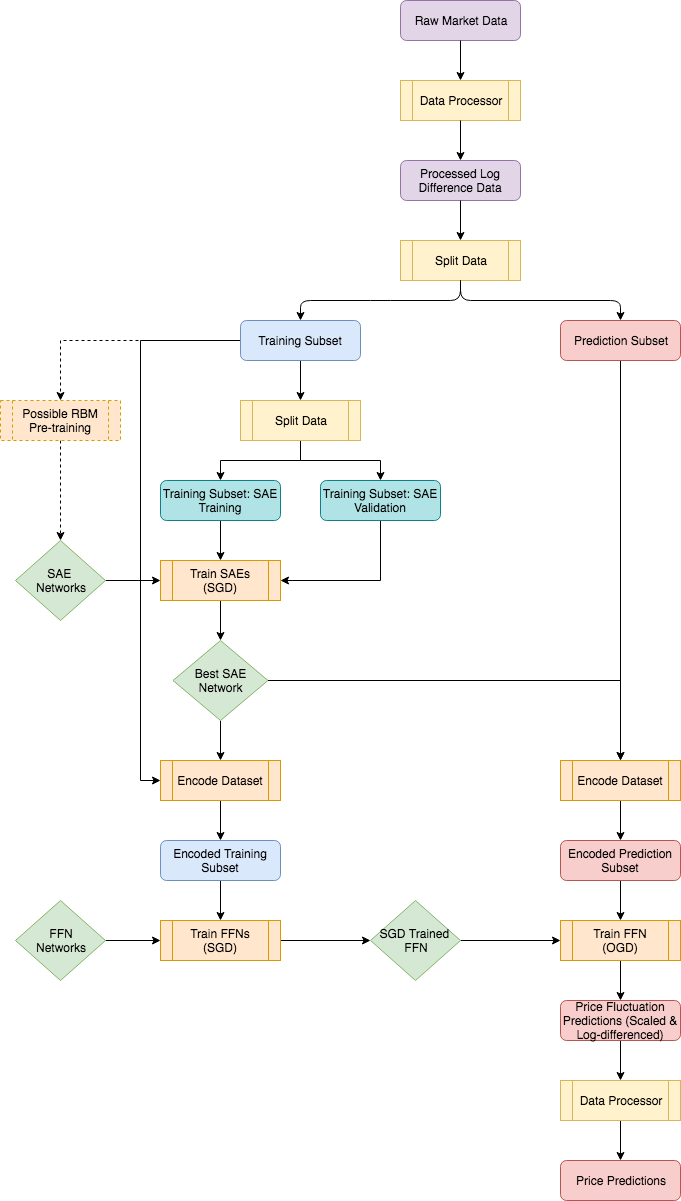
Above: Thesis/Images/process_implementation/process_flow.png in joel11/Masters (draw.io), before the change. Source tidied: cells renumbered, new cells last; positions are measured from the earlier drawing's top-left corner, leaving out a move shared by most shapes.
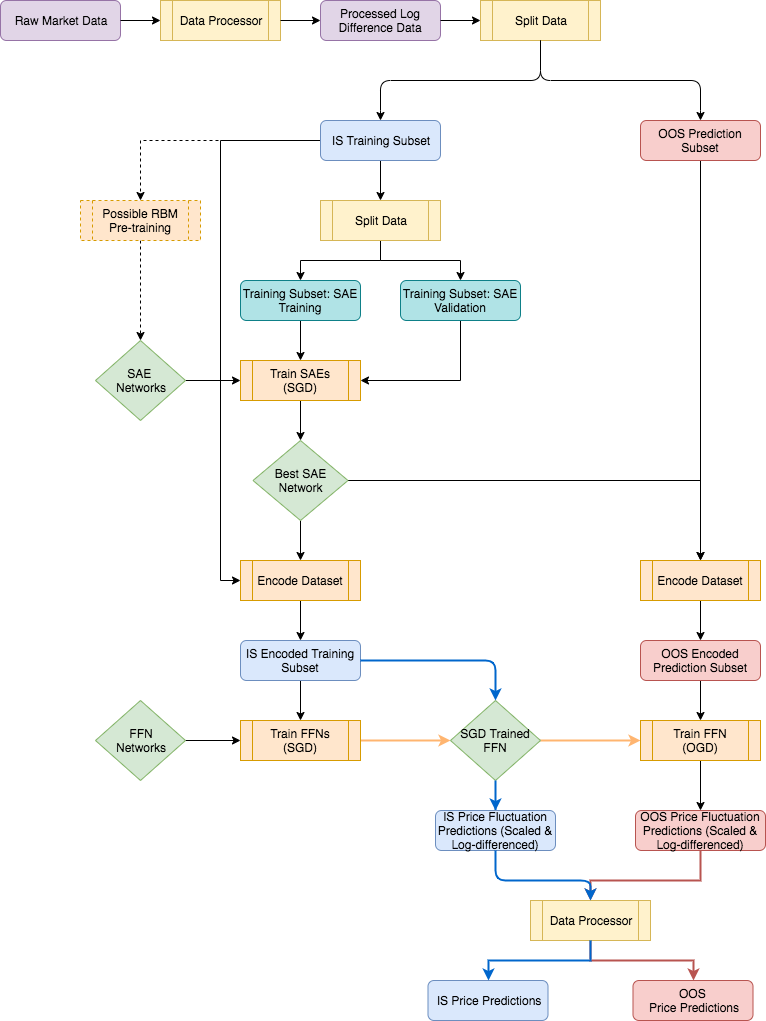
After the change.

What changed in the source:
```diff
@@ -3,16 +3,16 @@
     <mxCell id="0" />
     <mxCell id="1" parent="0" />
     <mxCell id="2" value="Data Processor" style="shape=process;whiteSpace=wrap;html=1;backgroundOutline=1;fillColor=#fff2cc;strokeColor=#d6b656;" parent="1" vertex="1">
-      <mxGeometry x="400" y="80" width="120" height="40" as="geometry" />
+      <mxGeometry x="80" y="200" width="120" height="40" as="geometry" />
     </mxCell>
     <mxCell id="3" value="&lt;span style=&quot;white-space: normal&quot;&gt;Raw Market Data&lt;/span&gt;" style="rounded=1;whiteSpace=wrap;html=1;fillColor=#e1d5e7;strokeColor=#9673a6;" parent="1" vertex="1">
-      <mxGeometry x="400" width="120" height="40" as="geometry" />
+      <mxGeometry x="-80" y="200" width="120" height="40" as="geometry" />
     </mxCell>
     <mxCell id="4" value="Processed Log Difference Data" style="rounded=1;whiteSpace=wrap;html=1;fillColor=#e1d5e7;strokeColor=#9673a6;" parent="1" vertex="1">
-      <mxGeometry x="400" y="160" width="120" height="40" as="geometry" />
+      <mxGeometry x="240" y="200" width="120" height="40" as="geometry" />
     </mxCell>
     <mxCell id="5" value="Split Data" style="shape=process;whiteSpace=wrap;html=1;backgroundOutline=1;fillColor=#fff2cc;strokeColor=#d6b656;" parent="1" vertex="1">
-      <mxGeometry x="400" y="240" width="120" height="40" as="geometry" />
+      <mxGeometry x="400" y="200" width="120" height="40" as="geometry" />
     </mxCell>
     <mxCell id="6" style="edgeStyle=orthogonalEdgeStyle;rounded=0;jettySize=auto;html=1;exitX=0.5;exitY=1;exitDx=0;exitDy=0;" parent="1" edge="1" source="9" target="25">
       <mxGeometry relative="1" as="geometry" />
@@ -23,40 +23,41 @@
     <mxCell id="8" style="edgeStyle=orthogonalEdgeStyle;rounded=0;jumpStyle=arc;jumpSize=19;jettySize=auto;html=1;exitX=0;exitY=0.5;exitDx=0;exitDy=0;dashed=1;" parent="1" edge="1" source="9" target="47">
       <mxGeometry relative="1" as="geometry" />
     </mxCell>
-    <mxCell id="9" value="Training Subset" style="rounded=1;whiteSpace=wrap;html=1;fillColor=#dae8fc;strokeColor=#6c8ebf;" parent="1" vertex="1">
+    <mxCell id="9" value="IS Training Subset" style="rounded=1;whiteSpace=wrap;html=1;fillColor=#dae8fc;strokeColor=#6c8ebf;" parent="1" vertex="1">
       <mxGeometry x="240" y="320" width="120" height="40" as="geometry" />
     </mxCell>
     <mxCell id="10" style="edgeStyle=orthogonalEdgeStyle;rounded=0;jumpStyle=arc;jumpSize=19;jettySize=auto;html=1;exitX=0.5;exitY=1;exitDx=0;exitDy=0;" parent="1" edge="1" source="11" target="53">
       <mxGeometry relative="1" as="geometry" />
     </mxCell>
-    <mxCell id="11" value="Prediction Subset" style="rounded=1;whiteSpace=wrap;html=1;fillColor=#f8cecc;strokeColor=#b85450;" parent="1" vertex="1">
+    <mxCell id="11" value="OOS Prediction Subset" style="rounded=1;whiteSpace=wrap;html=1;fillColor=#f8cecc;strokeColor=#b85450;" parent="1" vertex="1">
       <mxGeometry x="560" y="320" width="120" height="40" as="geometry" />
     </mxCell>
-    <mxCell id="12" style="endArrow=classic;html=1;exitX=0.5;exitY=1;exitDx=0;exitDy=0;entryX=0.5;entryY=0;entryDx=0;entryDy=0;" parent="1" edge="1" target="2">
-      <mxGeometry relative="1" as="geometry">
-        <mxPoint x="460" y="40" as="sourcePoint" />
-      </mxGeometry>
+    <mxCell id="12" style="endArrow=classic;html=1;exitX=1;exitY=0.5;exitDx=0;exitDy=0;entryX=0;entryY=0.5;entryDx=0;entryDy=0;" parent="1" edge="1" source="3" target="2">
+      <mxGeometry relative="1" as="geometry" />
     </mxCell>
-    <mxCell id="13" style="endArrow=classic;html=1;exitX=0.5;exitY=1;exitDx=0;exitDy=0;entryX=0.5;entryY=0;entryDx=0;entryDy=0;" parent="1" edge="1" source="2" target="4">
+    <mxCell id="13" style="endArrow=classic;html=1;exitX=1;exitY=0.5;exitDx=0;exitDy=0;entryX=0;entryY=0.5;entryDx=0;entryDy=0;" parent="1" edge="1" source="2" target="4">
       <mxGeometry relative="1" as="geometry" />
     </mxCell>
-    <mxCell id="14" style="endArrow=classic;html=1;exitX=0.5;exitY=1;exitDx=0;exitDy=0;" parent="1" edge="1" source="4" target="5">
+    <mxCell id="14" style="endArrow=classic;html=1;exitX=1;exitY=0.5;exitDx=0;exitDy=0;entryX=0;entryY=0.5;entryDx=0;entryDy=0;" parent="1" edge="1" source="4" target="5">
       <mxGeometry relative="1" as="geometry" />
     </mxCell>
-    <mxCell id="15" style="endArrow=classic;html=1;exitX=0.5;exitY=1;exitDx=0;exitDy=0;entryX=0.5;entryY=0;entryDx=0;entryDy=0;" parent="1" edge="1" source="5" target="9">
+    <mxCell id="15" style="endArrow=classic;html=1;entryX=0.5;entryY=0;entryDx=0;entryDy=0;" parent="1" edge="1" target="9">
       <mxGeometry relative="1" as="geometry">
+        <mxPoint x="460" y="240" as="sourcePoint" />
         <Array as="points">
-          <mxPoint x="460" y="300" />
-          <mxPoint x="380" y="300" />
-          <mxPoint x="300" y="300" />
+          <mxPoint x="460" y="280" />
+          <mxPoint x="300" y="280" />
+          <mxPoint x="300" y="320" />
         </Array>
       </mxGeometry>
     </mxCell>
-    <mxCell id="16" style="endArrow=classic;html=1;exitX=0.5;exitY=1;exitDx=0;exitDy=0;entryX=0.5;entryY=0;entryDx=0;entryDy=0;" parent="1" edge="1" source="5" target="11">
+    <mxCell id="16" style="endArrow=classic;html=1;entryX=0.5;entryY=0;entryDx=0;entryDy=0;" parent="1" edge="1" target="11">
       <mxGeometry relative="1" as="geometry">
+        <mxPoint x="460" y="240" as="sourcePoint" />
         <Array as="points">
-          <mxPoint x="460" y="300" />
-          <mxPoint x="620" y="300" />
+          <mxPoint x="460" y="280" />
+          <mxPoint x="620" y="280" />
+          <mxPoint x="620" y="320" />
         </Array>
       </mxGeometry>
     </mxCell>
@@ -116,13 +117,13 @@
     <mxCell id="34" value="FFN&lt;br&gt;Networks" style="rhombus;whiteSpace=wrap;html=1;fillColor=#d5e8d4;strokeColor=#82b366;" parent="1" vertex="1">
       <mxGeometry x="15" y="900" width="90" height="80" as="geometry" />
     </mxCell>
-    <mxCell id="35" style="edgeStyle=orthogonalEdgeStyle;rounded=0;jumpStyle=arc;jumpSize=19;jettySize=auto;html=1;exitX=1;exitY=0.5;exitDx=0;exitDy=0;entryX=0;entryY=0.5;entryDx=0;entryDy=0;" parent="1" edge="1" source="36" target="38">
+    <mxCell id="35" style="edgeStyle=orthogonalEdgeStyle;rounded=0;jumpStyle=arc;jumpSize=19;jettySize=auto;html=1;exitX=1;exitY=0.5;exitDx=0;exitDy=0;entryX=0;entryY=0.5;entryDx=0;entryDy=0;strokeColor=#FFB570;strokeWidth=2;" parent="1" edge="1" source="36" target="38">
       <mxGeometry relative="1" as="geometry" />
     </mxCell>
     <mxCell id="36" value="Train FFNs (SGD)" style="shape=process;whiteSpace=wrap;html=1;backgroundOutline=1;fillColor=#ffe6cc;strokeColor=#d79b00;" parent="1" vertex="1">
       <mxGeometry x="160" y="920" width="120" height="40" as="geometry" />
     </mxCell>
-    <mxCell id="37" style="edgeStyle=orthogonalEdgeStyle;rounded=0;jumpStyle=arc;jumpSize=19;jettySize=auto;html=1;exitX=1;exitY=0.5;exitDx=0;exitDy=0;entryX=0;entryY=0.5;entryDx=0;entryDy=0;" parent="1" edge="1" source="38" target="40">
+    <mxCell id="37" style="edgeStyle=orthogonalEdgeStyle;rounded=0;jumpStyle=arc;jumpSize=19;jettySize=auto;html=1;exitX=1;exitY=0.5;exitDx=0;exitDy=0;entryX=0;entryY=0.5;entryDx=0;entryDy=0;strokeColor=#FFB570;strokeWidth=2;" parent="1" edge="1" source="38" target="40">
       <mxGeometry relative="1" as="geometry" />
     </mxCell>
     <mxCell id="38" value="SGD Trained &lt;br&gt;FFN" style="rhombus;whiteSpace=wrap;html=1;fillColor=#d5e8d4;strokeColor=#82b366;" parent="1" vertex="1">
@@ -134,20 +135,25 @@
     <mxCell id="40" value="Train FFN (OGD)" style="shape=process;whiteSpace=wrap;html=1;backgroundOutline=1;fillColor=#ffe6cc;strokeColor=#d79b00;" parent="1" vertex="1">
       <mxGeometry x="560" y="920" width="120" height="40" as="geometry" />
     </mxCell>
-    <mxCell id="41" style="edgeStyle=orthogonalEdgeStyle;rounded=0;jumpStyle=arc;jumpSize=19;jettySize=auto;html=1;exitX=0.5;exitY=1;exitDx=0;exitDy=0;entryX=0.5;entryY=0;entryDx=0;entryDy=0;" parent="1" edge="1" source="42" target="44">
-      <mxGeometry relative="1" as="geometry" />
+    <mxCell id="41" style="edgeStyle=orthogonalEdgeStyle;rounded=0;jumpStyle=arc;jumpSize=19;jettySize=auto;html=1;exitX=0.5;exitY=1;exitDx=0;exitDy=0;entryX=0.5;entryY=0;entryDx=0;entryDy=0;fillColor=#f8cecc;strokeColor=#b85450;strokeWidth=2;" parent="1" edge="1" source="42" target="44">
+      <mxGeometry relative="1" as="geometry">
+        <Array as="points">
+          <mxPoint x="620" y="1080" />
+          <mxPoint x="510" y="1080" />
+        </Array>
+      </mxGeometry>
     </mxCell>
-    <mxCell id="42" value="Price Fluctuation Predictions (Scaled &amp;amp; Log-differenced)" style="rounded=1;whiteSpace=wrap;html=1;fillColor=#f8cecc;strokeColor=#b85450;" parent="1" vertex="1">
-      <mxGeometry x="560" y="1000" width="120" height="40" as="geometry" />
+    <mxCell id="42" value="OOS Price Fluctuation Predictions (Scaled &amp;amp; Log-differenced)" style="rounded=1;whiteSpace=wrap;html=1;fillColor=#f8cecc;strokeColor=#b85450;" parent="1" vertex="1">
+      <mxGeometry x="555" y="1010" width="130" height="40" as="geometry" />
     </mxCell>
-    <mxCell id="43" style="edgeStyle=orthogonalEdgeStyle;rounded=0;jumpStyle=arc;jumpSize=19;jettySize=auto;html=1;exitX=0.5;exitY=1;exitDx=0;exitDy=0;" parent="1" edge="1" source="44" target="45">
+    <mxCell id="43" style="edgeStyle=orthogonalEdgeStyle;rounded=0;jumpStyle=arc;jumpSize=19;jettySize=auto;html=1;exitX=0.5;exitY=1;exitDx=0;exitDy=0;entryX=0.5;entryY=0;entryDx=0;entryDy=0;fillColor=#f8cecc;strokeColor=#b85450;strokeWidth=2;" parent="1" edge="1" source="44" target="45">
       <mxGeometry relative="1" as="geometry" />
     </mxCell>
     <mxCell id="44" value="Data Processor" style="shape=process;whiteSpace=wrap;html=1;backgroundOutline=1;fillColor=#fff2cc;strokeColor=#d6b656;" parent="1" vertex="1">
-      <mxGeometry x="560" y="1080" width="120" height="40" as="geometry" />
+      <mxGeometry x="450" y="1100" width="120" height="40" as="geometry" />
     </mxCell>
-    <mxCell id="45" value="Price Predictions" style="rounded=1;whiteSpace=wrap;html=1;fillColor=#f8cecc;strokeColor=#b85450;" parent="1" vertex="1">
-      <mxGeometry x="560" y="1160" width="120" height="40" as="geometry" />
+    <mxCell id="45" value="OOS &lt;br&gt;Price Predictions" style="rounded=1;whiteSpace=wrap;html=1;fillColor=#f8cecc;strokeColor=#b85450;" parent="1" vertex="1">
+      <mxGeometry x="552.5" y="1180" width="120" height="40" as="geometry" />
     </mxCell>
     <mxCell id="46" style="edgeStyle=orthogonalEdgeStyle;rounded=0;jumpStyle=arc;jumpSize=19;jettySize=auto;html=1;exitX=0.5;exitY=1;exitDx=0;exitDy=0;entryX=0.5;entryY=0;entryDx=0;entryDy=0;dashed=1;" parent="1" edge="1" source="47" target="18">
       <mxGeometry relative="1" as="geometry" />
@@ -158,13 +164,13 @@
     <mxCell id="48" style="edgeStyle=orthogonalEdgeStyle;rounded=0;jumpStyle=arc;jumpSize=19;jettySize=auto;html=1;exitX=0.5;exitY=1;exitDx=0;exitDy=0;entryX=0.5;entryY=0;entryDx=0;entryDy=0;" parent="1" edge="1" source="49" target="36">
       <mxGeometry relative="1" as="geometry" />
     </mxCell>
-    <mxCell id="49" value="Encoded Training Subset" style="rounded=1;whiteSpace=wrap;html=1;fillColor=#dae8fc;strokeColor=#6c8ebf;" parent="1" vertex="1">
+    <mxCell id="49" value="IS Encoded Training Subset" style="rounded=1;whiteSpace=wrap;html=1;fillColor=#dae8fc;strokeColor=#6c8ebf;" parent="1" vertex="1">
       <mxGeometry x="160" y="840" width="120" height="40" as="geometry" />
     </mxCell>
     <mxCell id="50" style="edgeStyle=orthogonalEdgeStyle;rounded=0;jettySize=auto;html=1;exitX=0.5;exitY=1;exitDx=0;exitDy=0;" parent="1" edge="1" source="51" target="40">
       <mxGeometry relative="1" as="geometry" />
     </mxCell>
-    <mxCell id="51" value="Encoded Prediction Subset" style="rounded=1;whiteSpace=wrap;html=1;fillColor=#f8cecc;strokeColor=#b85450;" parent="1" vertex="1">
+    <mxCell id="51" value="OOS Encoded Prediction Subset" style="rounded=1;whiteSpace=wrap;html=1;fillColor=#f8cecc;strokeColor=#b85450;" parent="1" vertex="1">
       <mxGeometry x="560" y="840" width="120" height="40" as="geometry" />
     </mxCell>
     <mxCell id="52" style="edgeStyle=orthogonalEdgeStyle;rounded=0;jettySize=auto;html=1;exitX=0.5;exitY=1;exitDx=0;exitDy=0;entryX=0.5;entryY=0;entryDx=0;entryDy=0;" parent="1" edge="1" source="53" target="51">
@@ -173,5 +179,37 @@
     <mxCell id="53" value="Encode Dataset" style="shape=process;whiteSpace=wrap;html=1;backgroundOutline=1;fillColor=#ffe6cc;strokeColor=#d79b00;" parent="1" vertex="1">
       <mxGeometry x="560" y="760" width="120" height="40" as="geometry" />
     </mxCell>
+    <mxCell id="54" style="endArrow=classic;html=1;exitX=1;exitY=0.5;exitDx=0;exitDy=0;entryX=0.5;entryY=0;entryDx=0;entryDy=0;fillColor=#66B2FF;strokeColor=#0066CC;strokeWidth=2;" parent="1" edge="1" source="49" target="38">
+      <mxGeometry relative="1" as="geometry">
+        <Array as="points">
+          <mxPoint x="415" y="860" />
+        </Array>
+      </mxGeometry>
+    </mxCell>
+    <mxCell id="55" style="endArrow=classic;html=1;exitX=0.5;exitY=1;exitDx=0;exitDy=0;fillColor=#66B2FF;strokeColor=#0066CC;strokeWidth=2;entryX=0.5;entryY=0;entryDx=0;entryDy=0;" parent="1" edge="1" source="38" target="56">
+      <mxGeometry relative="1" as="geometry">
+        <Array as="points">
+          <mxPoint x="415" y="1020" />
+          <mxPoint x="415" y="1000" />
+        </Array>
+      </mxGeometry>
+    </mxCell>
+    <mxCell id="56" value="IS Price Fluctuation Predictions (Scaled &amp;amp; Log-differenced)" style="rounded=1;whiteSpace=wrap;html=1;fillColor=#dae8fc;strokeColor=#6c8ebf;" parent="1" vertex="1">
+      <mxGeometry x="355" y="1010" width="120" height="40" as="geometry" />
+    </mxCell>
+    <mxCell id="57" value="IS Price Predictions" style="rounded=1;whiteSpace=wrap;html=1;fillColor=#dae8fc;strokeColor=#6c8ebf;" parent="1" vertex="1">
+      <mxGeometry x="347.5" y="1180" width="120" height="40" as="geometry" />
+    </mxCell>
+    <mxCell id="58" style="edgeStyle=orthogonalEdgeStyle;rounded=0;jumpStyle=arc;jumpSize=19;jettySize=auto;html=1;exitX=0.5;exitY=1;exitDx=0;exitDy=0;entryX=0.5;entryY=0;entryDx=0;entryDy=0;fillColor=#dae8fc;strokeColor=#0066CC;strokeWidth=2;" parent="1" edge="1" source="44" target="57">
+      <mxGeometry relative="1" as="geometry" />
+    </mxCell>
+    <mxCell id="59" style="endArrow=classic;html=1;exitX=0.5;exitY=1;exitDx=0;exitDy=0;fillColor=#66B2FF;strokeColor=#0066CC;strokeWidth=2;entryX=0.5;entryY=0;entryDx=0;entryDy=0;" parent="1" edge="1" source="56" target="44">
+      <mxGeometry relative="1" as="geometry">
+        <Array as="points">
+          <mxPoint x="415" y="1080" />
+          <mxPoint x="510" y="1080" />
+        </Array>
+      </mxGeometry>
+    </mxCell>
   </root>
 </mxGraphModel>
```
